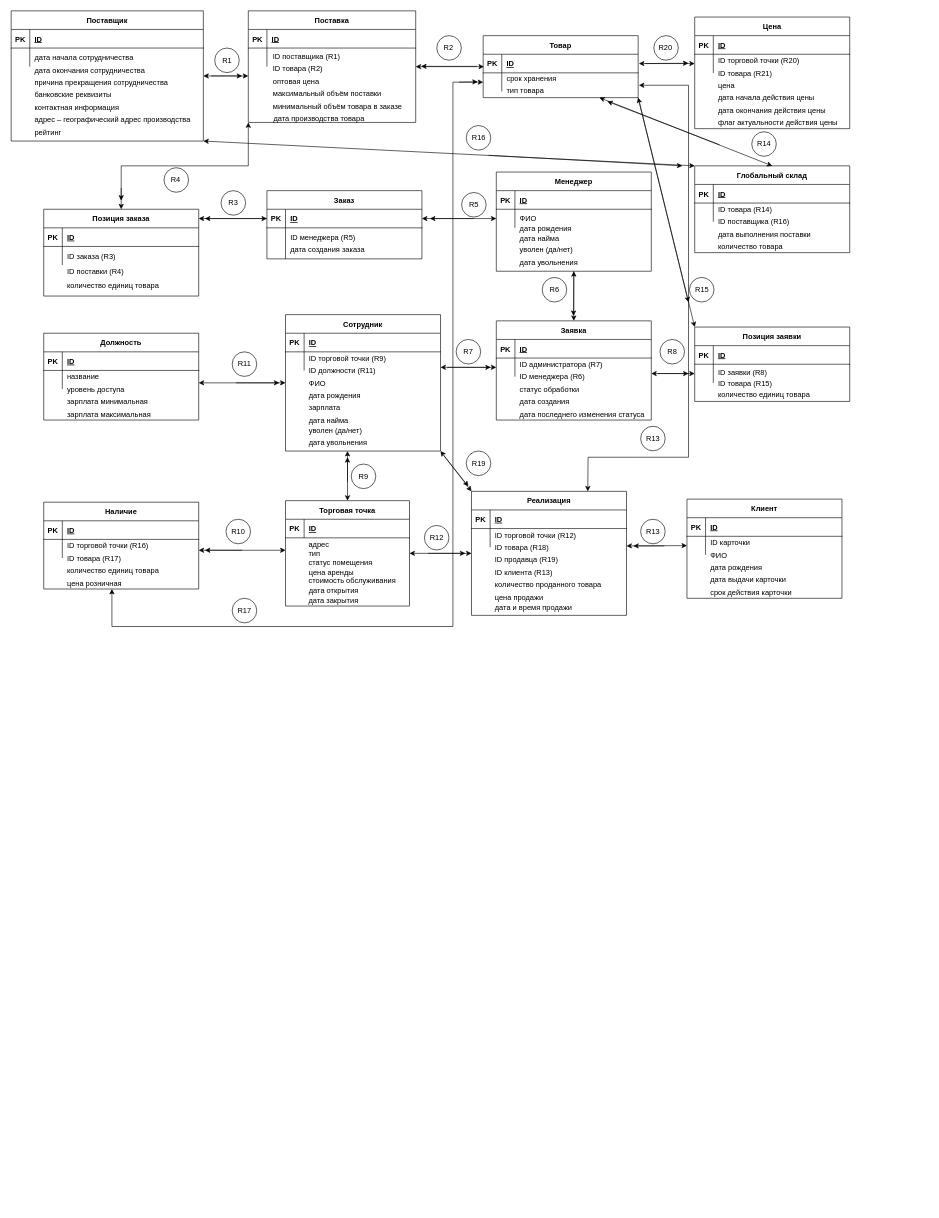
The draw.io diagram docs/diagrams/ER.drawio in Wact/nstu-fami-7semester-dbes-project, before the edit. Source tidied: cells renumbered, new cells numbered last; positions are measured from the earlier drawing's top-left corner, leaving out a move shared by most shapes. Both pictures are drawn from the tidied source at 62%, with x=0, y=0 at pixel (11, 11).
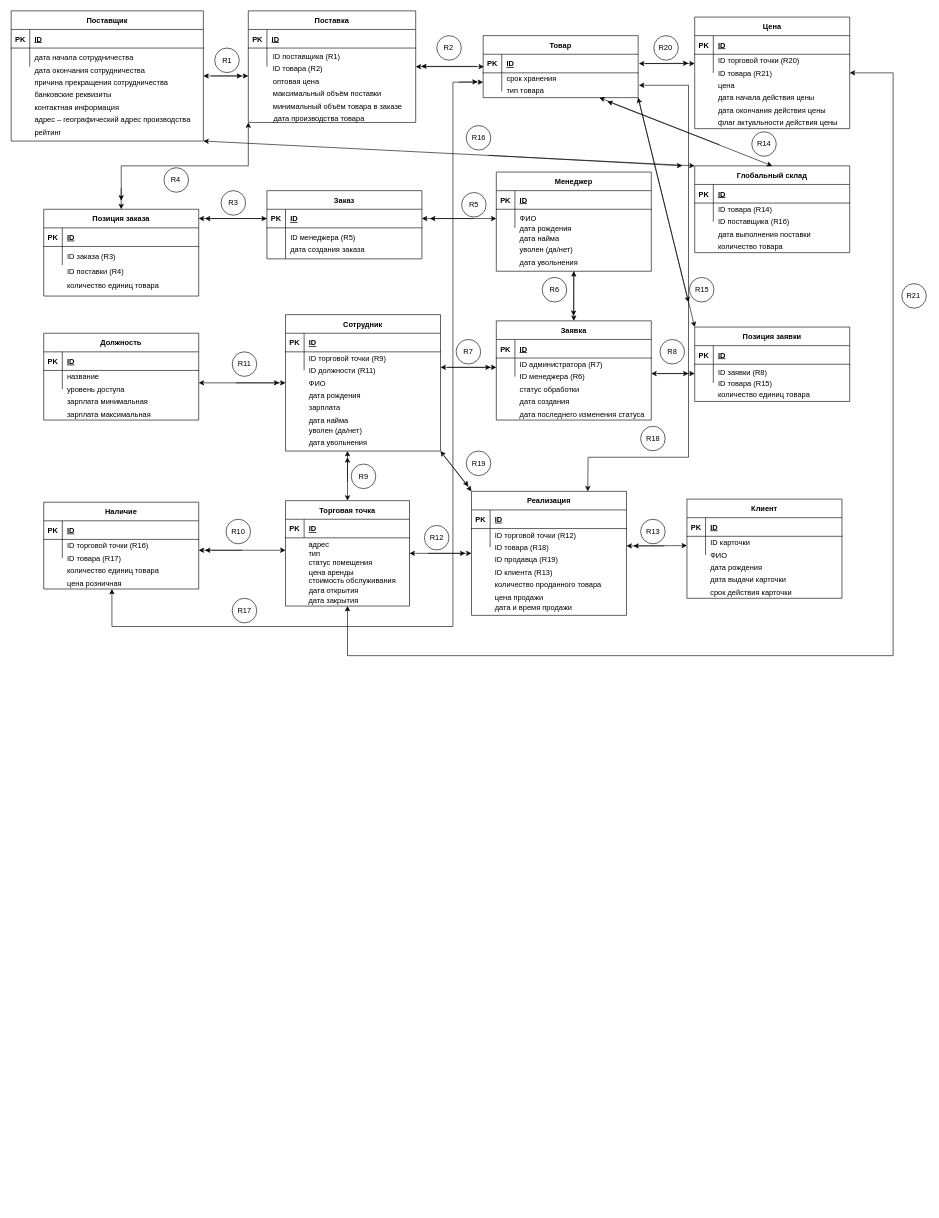
The same diagram, later.

The change refers to these unchanged cells:
```xml
<mxCell id="295" style="group;" parent="1" vertex="1">
  <mxGeometry x="1010.8" y="670" width="47.5" height="40" as="geometry" />
</mxCell>
```

Diff of the diagram source:
```diff
@@
-    <mxCell id="297" value="R13" style="text;html=1;strokeColor=none;fillColor=none;align=center;verticalAlign=middle;whiteSpace=wrap;rounded=0;labelBackgroundColor=#FFFFFF;" parent="295" vertex="1">
+    <mxCell id="297" value="R18" style="text;html=1;strokeColor=none;fillColor=none;align=center;verticalAlign=middle;whiteSpace=wrap;rounded=0;labelBackgroundColor=#FFFFFF;" parent="295" vertex="1">
       <mxGeometry y="7.8" width="47.5" height="24" as="geometry" />
     </mxCell>
@@
+    <mxCell id="307" style="endArrow=classic;startArrow=classic;html=1;rounded=0;" parent="1" edge="1">
+      <mxGeometry relative="1" as="geometry">
+        <mxPoint x="542" y="960" as="sourcePoint" />
+        <mxPoint x="1352" y="100" as="targetPoint" />
+        <Array as="points">
+          <mxPoint x="542" y="1040" />
+          <mxPoint x="1422" y="1040" />
+          <mxPoint x="1422" y="100" />
+        </Array>
+      </mxGeometry>
+    </mxCell>
+    <mxCell id="308" style="group;" parent="1" vertex="1">
+      <mxGeometry x="1432" y="440" width="47.5" height="40" as="geometry" />
+    </mxCell>
+    <mxCell id="309" style="ellipse;whiteSpace=wrap;html=1;labelBackgroundColor=#FFFFFF;align=left;" parent="308" vertex="1">
+      <mxGeometry x="4" width="39.6" height="39.6" as="geometry" />
+    </mxCell>
+    <mxCell id="310" value="R21" style="text;html=1;strokeColor=none;fillColor=none;align=center;verticalAlign=middle;whiteSpace=wrap;rounded=0;labelBackgroundColor=#FFFFFF;" parent="308" vertex="1">
+      <mxGeometry x="-1" y="8" width="47.5" height="24" as="geometry" />
+    </mxCell>
```
